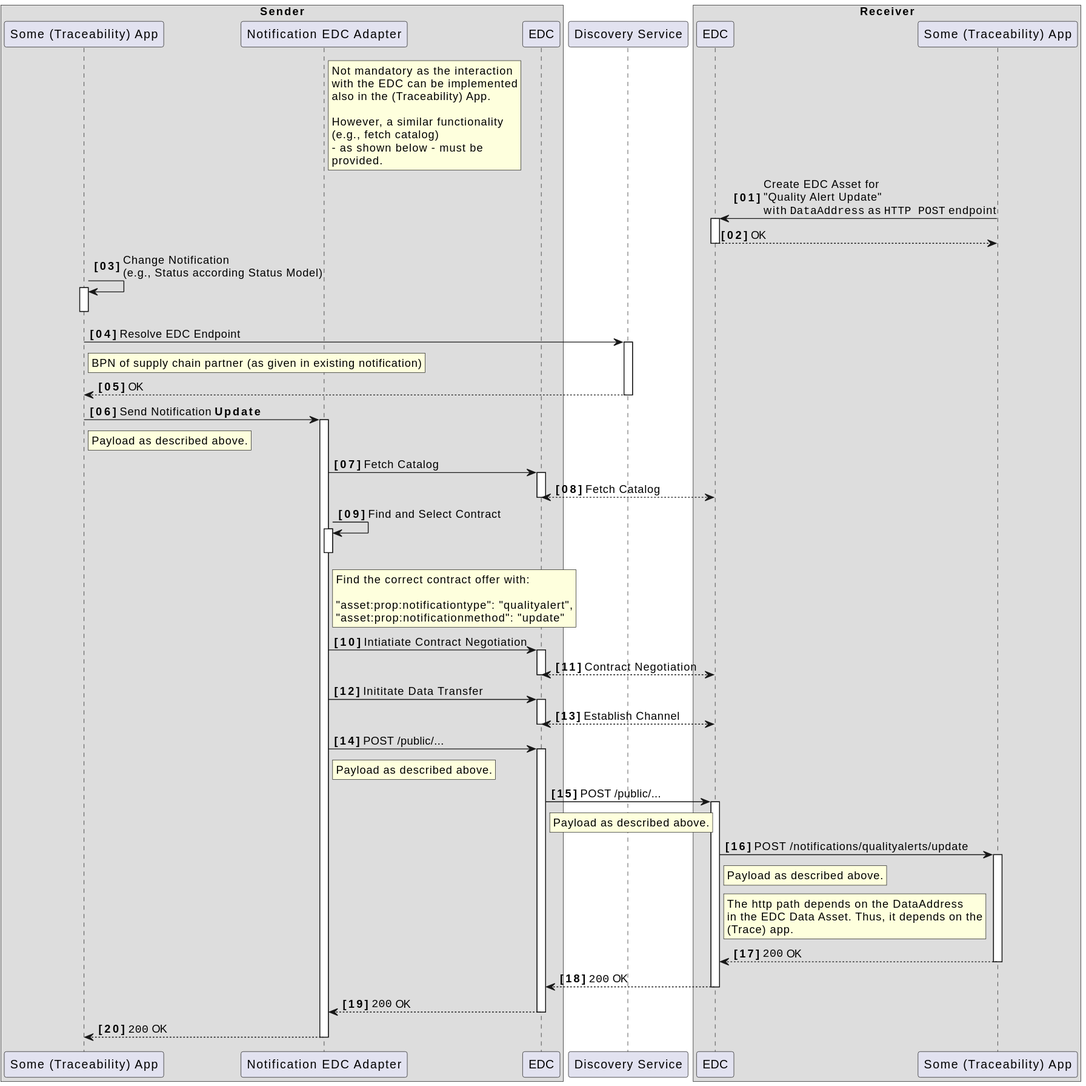
Before: docs-kits/kits/Traceability Kit/diagrams/notification_update-alert.svg, a diagram exported from PlantUML (eclipse-tractusx/eclipse-tractusx.github.io). The source it was exported from:
```plantuml
@startuml
autonumber "<B>[00]"
autoactivate on

box "Sender"
participant "Some (Traceability) App" as TraceApp1 order 0
participant "Notification EDC Adapter" as NAdapter order 1
rnote right NAdapter
Not mandatory as the interaction
with the EDC can be implemented
also in the (Traceability) App.

However, a similar functionality
(e.g., fetch catalog)
- as shown below - must be
provided.
end rnote
participant "EDC" as SEDC order 2
end box
participant "Discovery Service" as SD order 3
box "Receiver"
participant "EDC" as REDC order 4
participant "Some (Traceability) App" as TraceApp2 order 5
end box
TraceApp2 -> REDC: Create EDC Asset for \n"Quality Alert Update"\nwith ""DataAddress"" as ""HTTP POST"" endpoint
return OK
TraceApp1 -> TraceApp1: Change Notification\n(e.g., Status according Status Model)
deactivate TraceApp1
TraceApp1 -> SD: Resolve EDC Endpoint
rnote right TraceApp1
BPN of supply chain partner (as given in existing notification)
end rnote
return OK
TraceApp1 -> NAdapter: Send Notification **Update**
rnote right TraceApp1
Payload as described above.
end rnote
NAdapter -> SEDC: Fetch Catalog
SEDC <-[dashed]-> REDC: Fetch Catalog
NAdapter -> NAdapter: Find and Select Contract
rnote right NAdapter
Find the correct contract offer with:

"asset:prop:notificationtype": "qualityalert",
"asset:prop:notificationmethod": "update"
end rnote
deactivate NAdapter
NAdapter -> SEDC: Intiatiate Contract Negotiation
SEDC <-[dashed]-> REDC: Contract Negotiation
NAdapter -> SEDC: Inititate Data Transfer
SEDC <-[dashed]-> REDC: Establish Channel
NAdapter -> SEDC: POST /public/...
rnote right NAdapter
Payload as described above.
end rnote
SEDC -> REDC: POST /public/...
rnote right SEDC
Payload as described above.
end rnote
REDC -> TraceApp2: POST /notifications/qualityalerts/update
rnote right REDC
Payload as described above.
end rnote
rnote right REDC
The http path depends on the DataAddress
in the EDC Data Asset. Thus, it depends on the
(Trace) app.
end rnote
TraceApp2 -[dashed]->REDC: ""200"" OK
REDC -[dashed]-> SEDC: ""200"" OK
SEDC -[dashed]-> NAdapter: ""200"" OK
NAdapter -[dashed]-> TraceApp1: ""200"" OK
@enduml
```
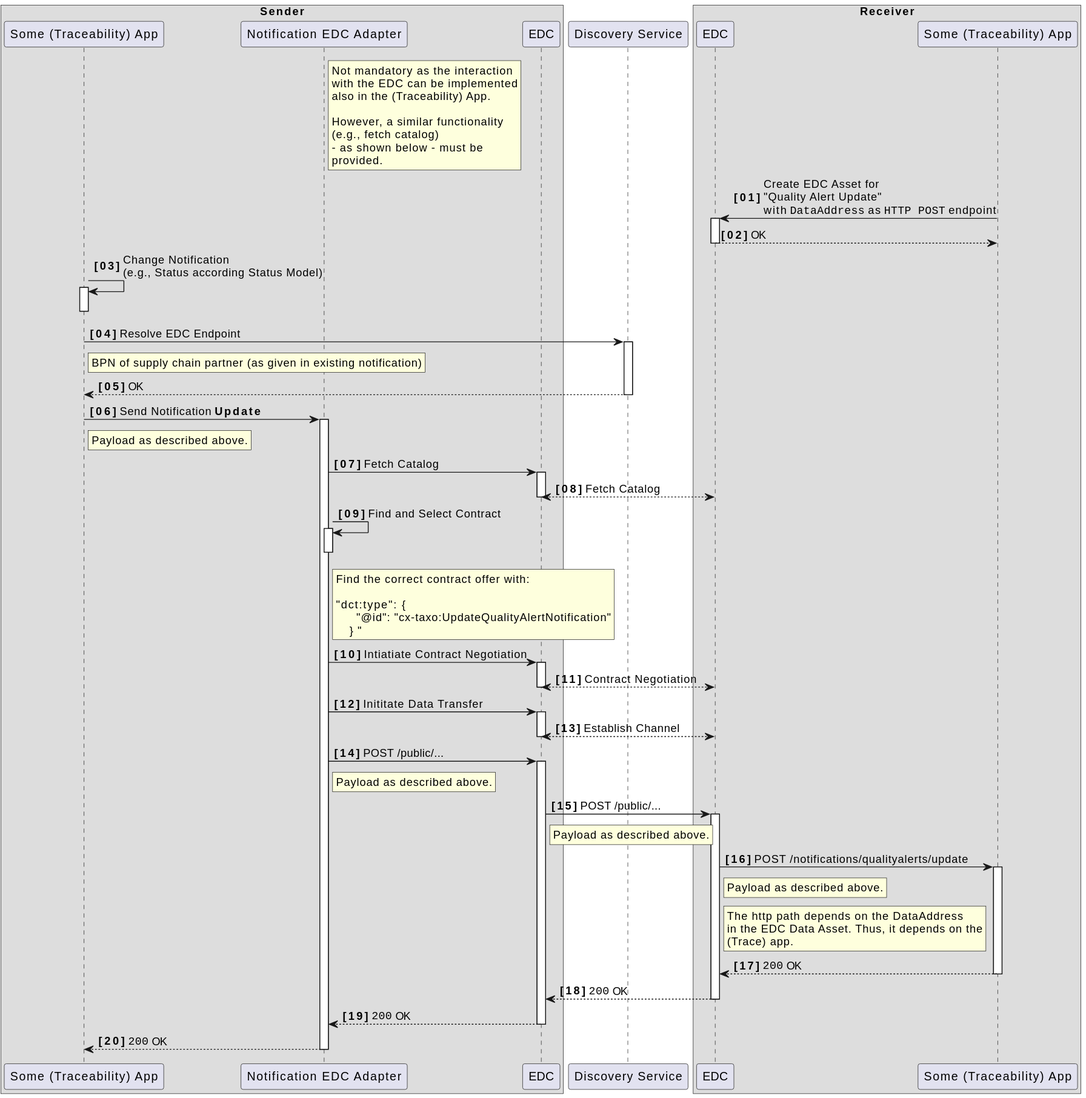
Later version of the same file.

Diff of the diagram source:
```diff
@@ -41,8 +41,9 @@
 rnote right NAdapter
 Find the correct contract offer with:
 
-"asset:prop:notificationtype": "qualityalert",
-"asset:prop:notificationmethod": "update"
+"dct:type": {
+      "@id": "cx-taxo:UpdateQualityAlertNotification"
+    }"
 end rnote
 deactivate NAdapter
 NAdapter -> SEDC: Intiatiate Contract Negotiation
```
